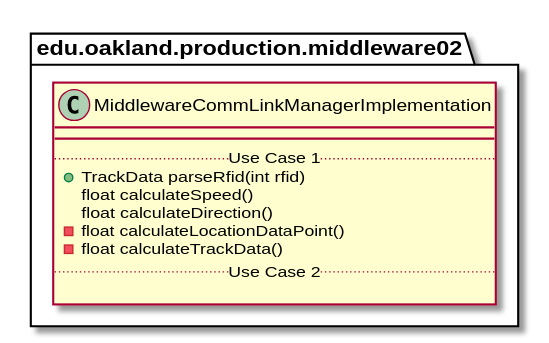
andrewdimmer/csi-3370-software-project keeps this PlantUML diagram as docs/uml-class-diagrams/middleware02/production/MiddlewareCommLinkManagerImplementation/MiddlewareCommLinkManagerImplementation.svg. Above is the earlier version.
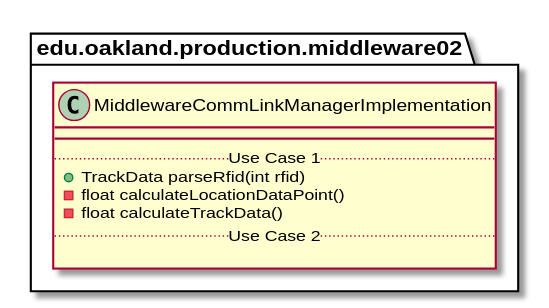
The same diagram one commit later.

Diff of the diagram source:
```diff
@@ -5,8 +5,6 @@
         __
         .. Use Case 1 ..
         + TrackData parseRfid(int rfid)
-        float calculateSpeed()
-        float calculateDirection()
         - float calculateLocationDataPoint()
         - float calculateTrackData()
         .. Use Case 2 ..
```
